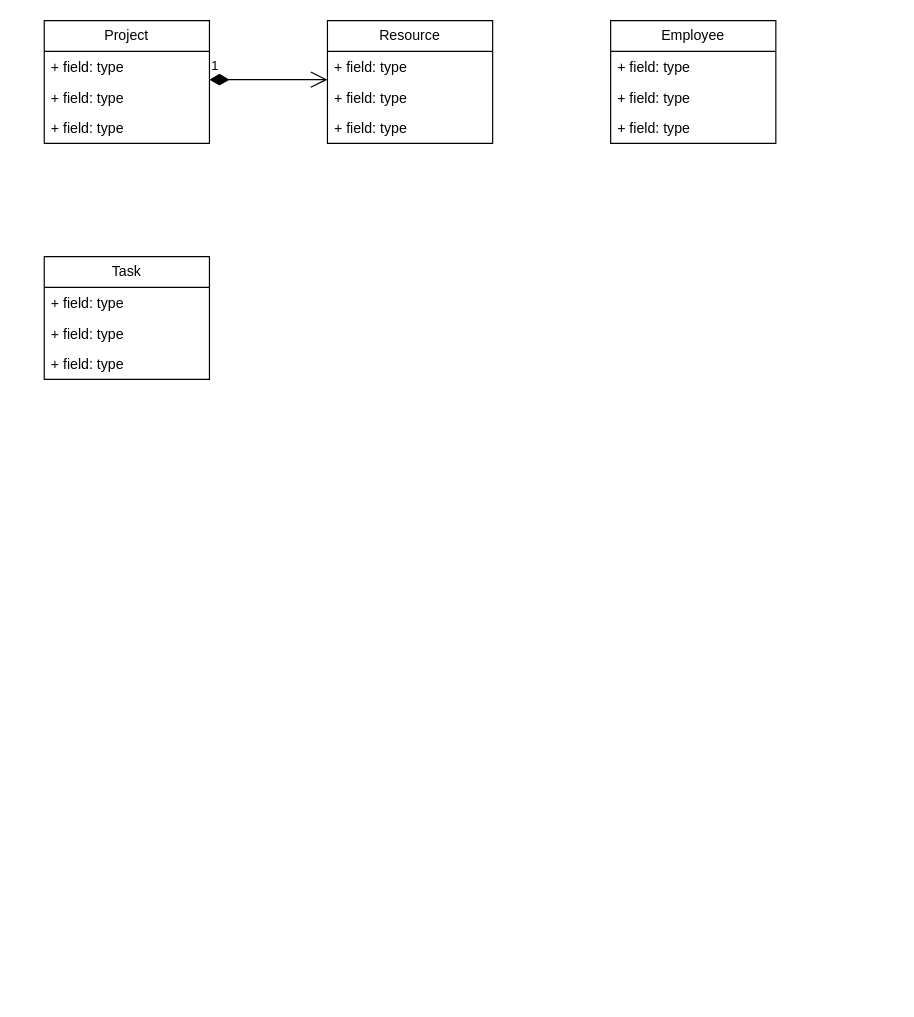
Above: Untitled Diagram.drawio in rkaznouski/wallet (draw.io), before the change. Source tidied: cells renumbered, new cells numbered last; positions are measured from the earlier drawing's top-left corner, leaving out a move shared by most shapes. Both pictures are drawn from the tidied source at 118%, with x=0, y=0 at pixel (44, 20).
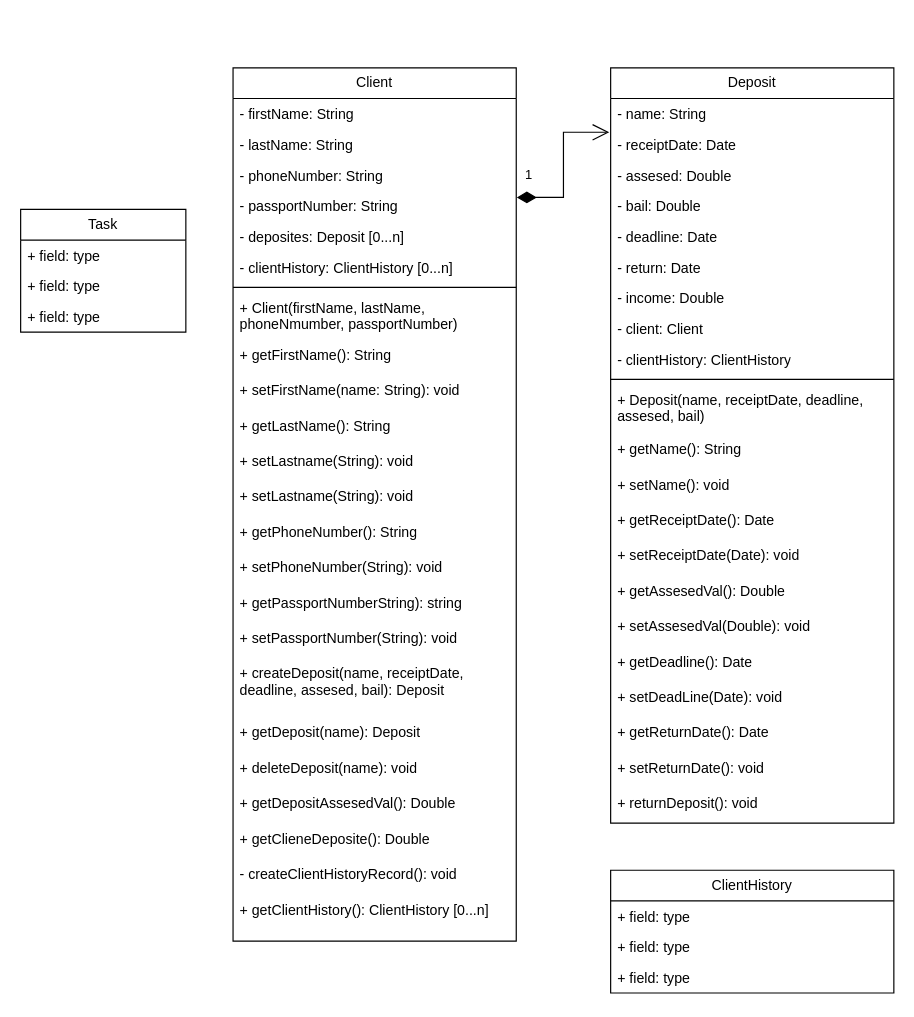
The same diagram, later.

Diff of the diagram source:
```diff
@@
-    <mxCell id="2" value="Project" style="swimlane;fontStyle=0;horizontal=1;startSize=26;fillColor=none;whiteSpace=wrap;html=1;" parent="1" vertex="1">
-      <mxGeometry width="140" height="104" as="geometry" />
+    <mxCell id="2" value="Client" style="swimlane;fontStyle=0;horizontal=1;startSize=26;fillColor=none;whiteSpace=wrap;html=1;" parent="1" vertex="1">
+      <mxGeometry x="160" y="40" width="240" height="740" as="geometry" />
     </mxCell>
-    <mxCell id="3" value="+ field: type" style="text;strokeColor=none;fillColor=none;align=left;verticalAlign=top;spacingLeft=4;spacingRight=4;overflow=hidden;whiteSpace=wrap;html=1;" parent="2" vertex="1">
-      <mxGeometry y="26" width="140" height="26" as="geometry" />
+    <mxCell id="3" value="- firstName: String" style="text;strokeColor=none;fillColor=none;align=left;verticalAlign=top;spacingLeft=4;spacingRight=4;overflow=hidden;whiteSpace=wrap;html=1;" parent="2" vertex="1">
+      <mxGeometry y="26" width="240" height="26" as="geometry" />
     </mxCell>
-    <mxCell id="4" value="+ field: type" style="text;strokeColor=none;fillColor=none;align=left;verticalAlign=top;spacingLeft=4;spacingRight=4;overflow=hidden;whiteSpace=wrap;html=1;" parent="2" vertex="1">
-      <mxGeometry y="52" width="140" height="26" as="geometry" />
+    <mxCell id="4" value="- lastName: String" style="text;strokeColor=none;fillColor=none;align=left;verticalAlign=top;spacingLeft=4;spacingRight=4;overflow=hidden;whiteSpace=wrap;html=1;" parent="2" vertex="1">
+      <mxGeometry y="52" width="240" height="26" as="geometry" />
     </mxCell>
-    <mxCell id="5" value="+ field: type" style="text;strokeColor=none;fillColor=none;align=left;verticalAlign=top;spacingLeft=4;spacingRight=4;overflow=hidden;whiteSpace=wrap;html=1;" parent="2" vertex="1">
-      <mxGeometry y="78" width="140" height="26" as="geometry" />
+    <mxCell id="5" value="- phoneNumber: String" style="text;strokeColor=none;fillColor=none;align=left;verticalAlign=top;spacingLeft=4;spacingRight=4;overflow=hidden;whiteSpace=wrap;html=1;" parent="2" vertex="1">
+      <mxGeometry y="78" width="240" height="26" as="geometry" />
     </mxCell>
-    <mxCell id="6" value="1" style="endArrow=open;html=1;endSize=12;startArrow=diamondThin;startSize=14;startFill=1;edgeStyle=orthogonalEdgeStyle;align=left;verticalAlign=bottom;rounded=0;" parent="1" edge="1">
-      <mxGeometry x="-1" y="3" relative="1" as="geometry">
-        <mxPoint x="140" y="50" as="sourcePoint" />
-        <mxPoint x="240" y="50" as="targetPoint" />
-      </mxGeometry>
-    </mxCell>
+    <mxCell id="19" value="- passportNumber: String" style="text;strokeColor=none;fillColor=none;align=left;verticalAlign=top;spacingLeft=4;spacingRight=4;overflow=hidden;points=[[0,0.5],[1,0.5]];portConstraint=eastwest;whiteSpace=wrap;html=1;" parent="2" vertex="1">
+      <mxGeometry y="104" width="240" height="26" as="geometry" />
+    </mxCell>
+    <mxCell id="20" value="- deposites: Deposit [0...n]" style="text;strokeColor=none;fillColor=none;align=left;verticalAlign=top;spacingLeft=4;spacingRight=4;overflow=hidden;whiteSpace=wrap;html=1;" parent="2" vertex="1">
+      <mxGeometry y="130" width="240" height="26" as="geometry" />
+    </mxCell>
+    <mxCell id="21" value="- clientHistory: ClientHistory [0...n]" style="text;strokeColor=none;fillColor=none;align=left;verticalAlign=top;spacingLeft=4;spacingRight=4;overflow=hidden;whiteSpace=wrap;html=1;" parent="2" vertex="1">
+      <mxGeometry y="156" width="240" height="26" as="geometry" />
+    </mxCell>
+    <mxCell id="22" style="line;strokeWidth=1;fillColor=none;align=left;verticalAlign=middle;spacingTop=-1;spacingLeft=3;spacingRight=3;labelPosition=right;strokeColor=inherit;" parent="2" vertex="1">
+      <mxGeometry y="182" width="240" height="8" as="geometry" />
+    </mxCell>
+    <mxCell id="23" value="+ Client(firstName, lastName, phoneNmumber, passportNumber)" style="text;strokeColor=none;fillColor=none;align=left;verticalAlign=top;spacingLeft=4;spacingRight=4;overflow=hidden;whiteSpace=wrap;html=1;" parent="2" vertex="1">
+      <mxGeometry y="190" width="240" height="40" as="geometry" />
+    </mxCell>
+    <mxCell id="24" value="+ getFirstName(): String" style="text;strokeColor=none;fillColor=none;align=left;verticalAlign=top;spacingLeft=4;spacingRight=4;overflow=hidden;whiteSpace=wrap;html=1;" parent="2" vertex="1">
+      <mxGeometry y="230" width="240" height="30" as="geometry" />
+    </mxCell>
+    <mxCell id="25" value="+ setFirstName(name: String): void" style="text;strokeColor=none;fillColor=none;align=left;verticalAlign=top;spacingLeft=4;spacingRight=4;overflow=hidden;whiteSpace=wrap;html=1;" parent="2" vertex="1">
+      <mxGeometry y="260" width="240" height="30" as="geometry" />
+    </mxCell>
+    <mxCell id="26" value="+ getLastName(): String" style="text;strokeColor=none;fillColor=none;align=left;verticalAlign=top;spacingLeft=4;spacingRight=4;overflow=hidden;whiteSpace=wrap;html=1;" parent="2" vertex="1">
+      <mxGeometry y="290" width="240" height="30" as="geometry" />
+    </mxCell>
+    <mxCell id="27" value="+ setLastname(String): void" style="text;strokeColor=none;fillColor=none;align=left;verticalAlign=top;spacingLeft=4;spacingRight=4;overflow=hidden;whiteSpace=wrap;html=1;" parent="2" vertex="1">
+      <mxGeometry y="320" width="240" height="30" as="geometry" />
+    </mxCell>
+    <mxCell id="28" value="+ setLastname(String): void" style="text;strokeColor=none;fillColor=none;align=left;verticalAlign=top;spacingLeft=4;spacingRight=4;overflow=hidden;whiteSpace=wrap;html=1;" parent="2" vertex="1">
+      <mxGeometry y="350" width="240" height="30" as="geometry" />
+    </mxCell>
+    <mxCell id="29" value="+ getPhoneNumber(): String" style="text;strokeColor=none;fillColor=none;align=left;verticalAlign=top;spacingLeft=4;spacingRight=4;overflow=hidden;whiteSpace=wrap;html=1;" parent="2" vertex="1">
+      <mxGeometry y="380" width="240" height="30" as="geometry" />
+    </mxCell>
+    <mxCell id="30" value="+ setPhoneNumber(String): void" style="text;strokeColor=none;fillColor=none;align=left;verticalAlign=top;spacingLeft=4;spacingRight=4;overflow=hidden;whiteSpace=wrap;html=1;" parent="2" vertex="1">
+      <mxGeometry y="410" width="240" height="30" as="geometry" />
+    </mxCell>
+    <mxCell id="31" value="+ getPassportNumberString): string" style="text;strokeColor=none;fillColor=none;align=left;verticalAlign=top;spacingLeft=4;spacingRight=4;overflow=hidden;whiteSpace=wrap;html=1;" parent="2" vertex="1">
+      <mxGeometry y="440" width="240" height="30" as="geometry" />
+    </mxCell>
+    <mxCell id="32" value="+ setPassportNumber(String): void" style="text;strokeColor=none;fillColor=none;align=left;verticalAlign=top;spacingLeft=4;spacingRight=4;overflow=hidden;whiteSpace=wrap;html=1;" parent="2" vertex="1">
+      <mxGeometry y="470" width="240" height="30" as="geometry" />
+    </mxCell>
+    <mxCell id="33" value="+ createDeposit(name, receiptDate, deadline, assesed, bail): Deposit" style="text;strokeColor=none;fillColor=none;align=left;verticalAlign=top;spacingLeft=4;spacingRight=4;overflow=hidden;whiteSpace=wrap;html=1;" parent="2" vertex="1">
+      <mxGeometry y="500" width="240" height="50" as="geometry" />
+    </mxCell>
+    <mxCell id="34" value="+ getDeposit(name): Deposit" style="text;strokeColor=none;fillColor=none;align=left;verticalAlign=top;spacingLeft=4;spacingRight=4;overflow=hidden;whiteSpace=wrap;html=1;" parent="2" vertex="1">
+      <mxGeometry y="550" width="240" height="30" as="geometry" />
+    </mxCell>
+    <mxCell id="35" value="+ deleteDeposit(name): void" style="text;strokeColor=none;fillColor=none;align=left;verticalAlign=top;spacingLeft=4;spacingRight=4;overflow=hidden;whiteSpace=wrap;html=1;" parent="2" vertex="1">
+      <mxGeometry y="580" width="240" height="30" as="geometry" />
+    </mxCell>
+    <mxCell id="36" value="+ getDepositAssesedVal(): Double" style="text;strokeColor=none;fillColor=none;align=left;verticalAlign=top;spacingLeft=4;spacingRight=4;overflow=hidden;whiteSpace=wrap;html=1;" parent="2" vertex="1">
+      <mxGeometry y="610" width="240" height="30" as="geometry" />
+    </mxCell>
+    <mxCell id="37" value="+ getClieneDeposite(): Double&amp;nbsp;" style="text;strokeColor=none;fillColor=none;align=left;verticalAlign=top;spacingLeft=4;spacingRight=4;overflow=hidden;whiteSpace=wrap;html=1;" parent="2" vertex="1">
+      <mxGeometry y="640" width="240" height="30" as="geometry" />
+    </mxCell>
+    <mxCell id="38" value="- createClientHistoryRecord(): void" style="text;strokeColor=none;fillColor=none;align=left;verticalAlign=top;spacingLeft=4;spacingRight=4;overflow=hidden;whiteSpace=wrap;html=1;" parent="2" vertex="1">
+      <mxGeometry y="670" width="240" height="30" as="geometry" />
+    </mxCell>
+    <mxCell id="39" value="+ getClientHistory(): ClientHistory [0...n]" style="text;strokeColor=none;fillColor=none;align=left;verticalAlign=top;spacingLeft=4;spacingRight=4;overflow=hidden;whiteSpace=wrap;html=1;" parent="2" vertex="1">
+      <mxGeometry y="700" width="240" height="40" as="geometry" />
+    </mxCell>
-    <mxCell id="7" value="Resource" style="swimlane;fontStyle=0;horizontal=1;startSize=26;fillColor=none;whiteSpace=wrap;html=1;" parent="1" vertex="1">
-      <mxGeometry x="240" width="140" height="104" as="geometry" />
+    <mxCell id="7" value="Deposit" style="swimlane;fontStyle=0;horizontal=1;startSize=26;fillColor=none;whiteSpace=wrap;html=1;" parent="1" vertex="1">
+      <mxGeometry x="480" y="40" width="240" height="640" as="geometry" />
     </mxCell>
-    <mxCell id="8" value="+ field: type" style="text;strokeColor=none;fillColor=none;align=left;verticalAlign=top;spacingLeft=4;spacingRight=4;overflow=hidden;whiteSpace=wrap;html=1;" parent="7" vertex="1">
-      <mxGeometry y="26" width="140" height="26" as="geometry" />
+    <mxCell id="8" value="- name: String" style="text;strokeColor=none;fillColor=none;align=left;verticalAlign=top;spacingLeft=4;spacingRight=4;overflow=hidden;whiteSpace=wrap;html=1;" parent="7" vertex="1">
+      <mxGeometry y="26" width="240" height="26" as="geometry" />
     </mxCell>
-    <mxCell id="9" value="+ field: type" style="text;strokeColor=none;fillColor=none;align=left;verticalAlign=top;spacingLeft=4;spacingRight=4;overflow=hidden;points=[[0,0.5],[1,0.5]];portConstraint=eastwest;whiteSpace=wrap;html=1;" parent="7" vertex="1">
-      <mxGeometry y="52" width="140" height="26" as="geometry" />
+    <mxCell id="9" value="- receiptDate: Date" style="text;strokeColor=none;fillColor=none;align=left;verticalAlign=top;spacingLeft=4;spacingRight=4;overflow=hidden;points=[[0,0.5],[1,0.5]];portConstraint=eastwest;whiteSpace=wrap;html=1;" parent="7" vertex="1">
+      <mxGeometry y="52" width="240" height="26" as="geometry" />
     </mxCell>
-    <mxCell id="10" value="+ field: type" style="text;strokeColor=none;fillColor=none;align=left;verticalAlign=top;spacingLeft=4;spacingRight=4;overflow=hidden;whiteSpace=wrap;html=1;" parent="7" vertex="1">
-      <mxGeometry y="78" width="140" height="26" as="geometry" />
-    </mxCell>
+    <mxCell id="40" value="- assesed: Double&amp;nbsp;" style="text;strokeColor=none;fillColor=none;align=left;verticalAlign=top;spacingLeft=4;spacingRight=4;overflow=hidden;whiteSpace=wrap;html=1;" parent="7" vertex="1">
+      <mxGeometry y="78" width="240" height="26" as="geometry" />
+    </mxCell>
+    <mxCell id="41" value="- bail: Double" style="text;strokeColor=none;fillColor=none;align=left;verticalAlign=top;spacingLeft=4;spacingRight=4;overflow=hidden;whiteSpace=wrap;html=1;" parent="7" vertex="1">
+      <mxGeometry y="104" width="240" height="26" as="geometry" />
+    </mxCell>
+    <mxCell id="42" value="- deadline: Date" style="text;strokeColor=none;fillColor=none;align=left;verticalAlign=top;spacingLeft=4;spacingRight=4;overflow=hidden;whiteSpace=wrap;html=1;" parent="7" vertex="1">
+      <mxGeometry y="130" width="240" height="26" as="geometry" />
+    </mxCell>
+    <mxCell id="43" value="- return: Date" style="text;strokeColor=none;fillColor=none;align=left;verticalAlign=top;spacingLeft=4;spacingRight=4;overflow=hidden;whiteSpace=wrap;html=1;" parent="7" vertex="1">
+      <mxGeometry y="156" width="240" height="26" as="geometry" />
+    </mxCell>
+    <mxCell id="44" value="- income: Double" style="text;strokeColor=none;fillColor=none;align=left;verticalAlign=top;spacingLeft=4;spacingRight=4;overflow=hidden;whiteSpace=wrap;html=1;" parent="7" vertex="1">
+      <mxGeometry y="182" width="240" height="26" as="geometry" />
+    </mxCell>
+    <mxCell id="45" value="- client: Client" style="text;strokeColor=none;fillColor=none;align=left;verticalAlign=top;spacingLeft=4;spacingRight=4;overflow=hidden;whiteSpace=wrap;html=1;" parent="7" vertex="1">
+      <mxGeometry y="208" width="240" height="26" as="geometry" />
+    </mxCell>
+    <mxCell id="46" value="- clientHistory: ClientHistory" style="text;strokeColor=none;fillColor=none;align=left;verticalAlign=top;spacingLeft=4;spacingRight=4;overflow=hidden;whiteSpace=wrap;html=1;" parent="7" vertex="1">
+      <mxGeometry y="234" width="240" height="26" as="geometry" />
+    </mxCell>
+    <mxCell id="47" style="line;strokeWidth=1;fillColor=none;align=left;verticalAlign=middle;spacingTop=-1;spacingLeft=3;spacingRight=3;labelPosition=right;strokeColor=inherit;" parent="7" vertex="1">
+      <mxGeometry y="260" width="240" height="8" as="geometry" />
+    </mxCell>
+    <mxCell id="48" value="+ Deposit(name, receiptDate, deadline, assesed, bail)" style="text;strokeColor=none;fillColor=none;align=left;verticalAlign=top;spacingLeft=4;spacingRight=4;overflow=hidden;whiteSpace=wrap;html=1;" parent="7" vertex="1">
+      <mxGeometry y="268" width="240" height="42" as="geometry" />
+    </mxCell>
+    <mxCell id="49" value="+ getName(): String" style="text;strokeColor=none;fillColor=none;align=left;verticalAlign=top;spacingLeft=4;spacingRight=4;overflow=hidden;whiteSpace=wrap;html=1;" parent="7" vertex="1">
+      <mxGeometry y="310" width="240" height="30" as="geometry" />
+    </mxCell>
+    <mxCell id="50" value="+ setName(): void" style="text;strokeColor=none;fillColor=none;align=left;verticalAlign=top;spacingLeft=4;spacingRight=4;overflow=hidden;whiteSpace=wrap;html=1;" parent="7" vertex="1">
+      <mxGeometry y="340" width="240" height="30" as="geometry" />
+    </mxCell>
+    <mxCell id="51" value="+ getReceiptDate(): Date" style="text;strokeColor=none;fillColor=none;align=left;verticalAlign=top;spacingLeft=4;spacingRight=4;overflow=hidden;whiteSpace=wrap;html=1;" parent="7" vertex="1">
+      <mxGeometry y="370" width="240" height="30" as="geometry" />
+    </mxCell>
+    <mxCell id="52" value="+ setReceiptDate(Date): void" style="text;strokeColor=none;fillColor=none;align=left;verticalAlign=top;spacingLeft=4;spacingRight=4;overflow=hidden;whiteSpace=wrap;html=1;" parent="7" vertex="1">
+      <mxGeometry y="400" width="240" height="30" as="geometry" />
+    </mxCell>
+    <mxCell id="53" value="+ getAssesedVal(): Double" style="text;strokeColor=none;fillColor=none;align=left;verticalAlign=top;spacingLeft=4;spacingRight=4;overflow=hidden;whiteSpace=wrap;html=1;" parent="7" vertex="1">
+      <mxGeometry y="430" width="240" height="30" as="geometry" />
+    </mxCell>
+    <mxCell id="54" value="+ setAssesedVal(Double): void" style="text;strokeColor=none;fillColor=none;align=left;verticalAlign=top;spacingLeft=4;spacingRight=4;overflow=hidden;whiteSpace=wrap;html=1;" parent="7" vertex="1">
+      <mxGeometry y="460" width="240" height="30" as="geometry" />
+    </mxCell>
+    <mxCell id="55" value="+ getDeadline(): Date" style="text;strokeColor=none;fillColor=none;align=left;verticalAlign=top;spacingLeft=4;spacingRight=4;overflow=hidden;whiteSpace=wrap;html=1;" parent="7" vertex="1">
+      <mxGeometry y="490" width="240" height="30" as="geometry" />
+    </mxCell>
+    <mxCell id="56" value="+ setDeadLine(Date): void" style="text;strokeColor=none;fillColor=none;align=left;verticalAlign=top;spacingLeft=4;spacingRight=4;overflow=hidden;whiteSpace=wrap;html=1;" parent="7" vertex="1">
+      <mxGeometry y="520" width="240" height="30" as="geometry" />
+    </mxCell>
+    <mxCell id="57" value="+ getReturnDate(): Date" style="text;strokeColor=none;fillColor=none;align=left;verticalAlign=top;spacingLeft=4;spacingRight=4;overflow=hidden;whiteSpace=wrap;html=1;" parent="7" vertex="1">
+      <mxGeometry y="550" width="240" height="30" as="geometry" />
+    </mxCell>
+    <mxCell id="58" value="+ setReturnDate(): void" style="text;strokeColor=none;fillColor=none;align=left;verticalAlign=top;spacingLeft=4;spacingRight=4;overflow=hidden;whiteSpace=wrap;html=1;" parent="7" vertex="1">
+      <mxGeometry y="580" width="240" height="30" as="geometry" />
+    </mxCell>
+    <mxCell id="59" value="+ returnDeposit(): void" style="text;strokeColor=none;fillColor=none;align=left;verticalAlign=top;spacingLeft=4;spacingRight=4;overflow=hidden;whiteSpace=wrap;html=1;" parent="7" vertex="1">
+      <mxGeometry y="610" width="240" height="30" as="geometry" />
+    </mxCell>
-    <mxCell id="11" value="Employee" style="swimlane;fontStyle=0;horizontal=1;startSize=26;fillColor=none;whiteSpace=wrap;html=1;" parent="1" vertex="1">
-      <mxGeometry x="480" width="140" height="104" as="geometry" />
+    <mxCell id="11" value="ClientHistory" style="swimlane;fontStyle=0;horizontal=1;startSize=26;fillColor=none;whiteSpace=wrap;html=1;" parent="1" vertex="1">
+      <mxGeometry x="480" y="720" width="240" height="104" as="geometry" />
     </mxCell>
     <mxCell id="12" value="+ field: type" style="text;strokeColor=none;fillColor=none;align=left;verticalAlign=top;spacingLeft=4;spacingRight=4;overflow=hidden;whiteSpace=wrap;html=1;" parent="11" vertex="1">
-      <mxGeometry y="26" width="140" height="26" as="geometry" />
+      <mxGeometry y="26" width="240" height="26" as="geometry" />
     </mxCell>
     <mxCell id="13" value="+ field: type" style="text;strokeColor=none;fillColor=none;align=left;verticalAlign=top;spacingLeft=4;spacingRight=4;overflow=hidden;whiteSpace=wrap;html=1;" parent="11" vertex="1">
-      <mxGeometry y="52" width="140" height="26" as="geometry" />
+      <mxGeometry y="52" width="240" height="26" as="geometry" />
     </mxCell>
     <mxCell id="14" value="+ field: type" style="text;strokeColor=none;fillColor=none;align=left;verticalAlign=top;spacingLeft=4;spacingRight=4;overflow=hidden;whiteSpace=wrap;html=1;" parent="11" vertex="1">
-      <mxGeometry y="78" width="140" height="26" as="geometry" />
+      <mxGeometry y="78" width="240" height="26" as="geometry" />
     </mxCell>
+    <mxCell id="6" value="1" style="endArrow=open;html=1;endSize=12;startArrow=diamondThin;startSize=14;startFill=1;edgeStyle=orthogonalEdgeStyle;align=left;verticalAlign=bottom;rounded=0;entryX=-0.005;entryY=0.1;entryDx=0;entryDy=0;entryPerimeter=0;exitX=1.002;exitY=0.223;exitDx=0;exitDy=0;exitPerimeter=0;" parent="1" edge="1" source="19" target="9">
+      <mxGeometry x="-0.91" y="10" relative="1" as="geometry">
+        <Array as="points">
+          <mxPoint x="440" y="150" />
+          <mxPoint x="440" y="95" />
+        </Array>
+      </mxGeometry>
+    </mxCell>
     <mxCell id="15" value="Task" style="swimlane;fontStyle=0;horizontal=1;startSize=26;fillColor=none;whiteSpace=wrap;html=1;" parent="1" vertex="1">
-      <mxGeometry y="200" width="140" height="104" as="geometry" />
+      <mxGeometry x="-20" y="160" width="140" height="104" as="geometry" />
     </mxCell>
```
